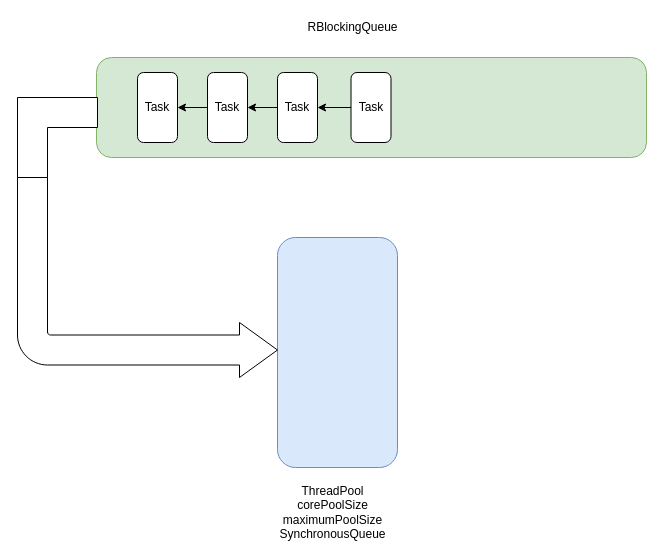
The draw.io diagram packageQueue.drawio in eru97/draw-io, before the edit. Source tidied: cells renumbered, new cells numbered last; positions are measured from the earlier drawing's top-left corner, leaving out a move shared by most shapes. Both pictures are drawn from the tidied source at 100%, with x=0, y=0 at pixel (17, 17).
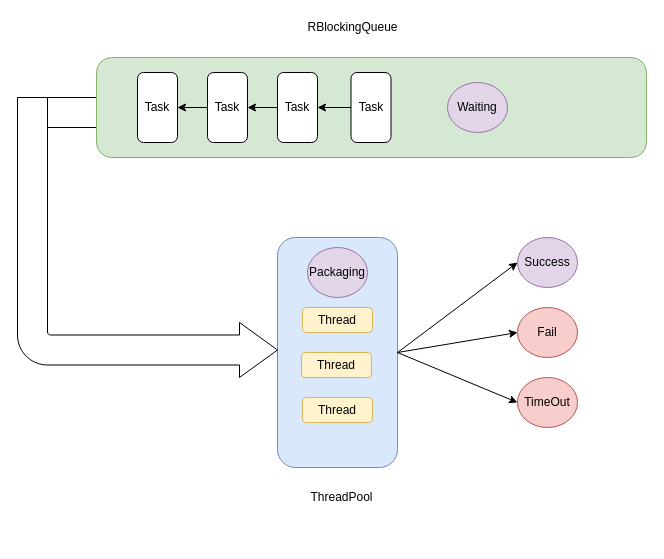
Above is the later version.

Unchanged cells that the change refers to:
```xml
<mxCell id="11" style="rounded=1;whiteSpace=wrap;html=1;shadow=0;fillColor=#dae8fc;strokeColor=#6c8ebf;" parent="1" vertex="1">
  <mxGeometry x="260" y="220" width="120" height="230" as="geometry" />
</mxCell>
```

What changed in the source:
```diff
@@
+    <mxCell id="14" style="shape=corner;whiteSpace=wrap;html=1;shadow=0;sketch=0;fillColor=#ffffff;gradientColor=none;dx=30;dy=30;" parent="1" vertex="1">
+      <mxGeometry y="80" width="80" height="80" as="geometry" />
+    </mxCell>
@@
-    <mxCell id="12" value="ThreadPool&lt;br&gt;corePoolSize&lt;br&gt;maximumPoolSize&lt;br&gt;SynchronousQueue" style="text;html=1;align=center;verticalAlign=middle;" parent="1" vertex="1">
-      <mxGeometry x="255" y="465" width="120" height="60" as="geometry" />
+    <mxCell id="12" value="ThreadPool" style="text;html=1;align=center;verticalAlign=middle;" parent="1" vertex="1">
+      <mxGeometry x="284" y="470" width="80" height="20" as="geometry" />
     </mxCell>
     <mxCell id="13" style="html=1;shadow=0;dashed=0;align=center;verticalAlign=middle;shape=mxgraph.arrows2.bendArrow;dy=15;dx=38;notch=0;arrowHead=55;rounded=1;sketch=0;fillColor=#ffffff;gradientColor=none;flipV=1;flipH=0;" parent="1" vertex="1">
-      <mxGeometry y="140" width="260" height="220" as="geometry" />
+      <mxGeometry y="80" width="260" height="280" as="geometry" />
     </mxCell>
-    <mxCell id="14" style="shape=corner;whiteSpace=wrap;html=1;shadow=0;sketch=0;fillColor=#ffffff;gradientColor=none;dx=30;dy=30;" parent="1" vertex="1">
-      <mxGeometry y="80" width="80" height="80" as="geometry" />
-    </mxCell>
+    <mxCell id="15" value="Thread" style="rounded=1;whiteSpace=wrap;html=1;fillColor=#fff2cc;strokeColor=#d6b656;" parent="1" vertex="1">
+      <mxGeometry x="285" y="290" width="70" height="25" as="geometry" />
+    </mxCell>
+    <mxCell id="16" value="Thread" style="rounded=1;whiteSpace=wrap;html=1;fillColor=#fff2cc;strokeColor=#d6b656;" parent="1" vertex="1">
+      <mxGeometry x="284" y="335" width="70" height="25" as="geometry" />
+    </mxCell>
+    <mxCell id="17" value="Thread" style="rounded=1;whiteSpace=wrap;html=1;fillColor=#fff2cc;strokeColor=#d6b656;" parent="1" vertex="1">
+      <mxGeometry x="285" y="380" width="70" height="25" as="geometry" />
+    </mxCell>
+    <mxCell id="18" value="Success" style="ellipse;whiteSpace=wrap;html=1;rounded=1;shadow=0;strokeColor=#9673a6;fillColor=#e1d5e7;" parent="1" vertex="1">
+      <mxGeometry x="500" y="220" width="60" height="50" as="geometry" />
+    </mxCell>
+    <mxCell id="19" value="Fail" style="ellipse;whiteSpace=wrap;html=1;rounded=1;shadow=0;strokeColor=#b85450;fillColor=#f8cecc;" parent="1" vertex="1">
+      <mxGeometry x="500" y="290" width="60" height="50" as="geometry" />
+    </mxCell>
+    <mxCell id="20" value="TimeOut" style="ellipse;whiteSpace=wrap;html=1;rounded=1;shadow=0;strokeColor=#b85450;fillColor=#f8cecc;" parent="1" vertex="1">
+      <mxGeometry x="500" y="360" width="60" height="50" as="geometry" />
+    </mxCell>
+    <mxCell id="21" style="endArrow=classic;html=1;entryX=0;entryY=0.5;entryDx=0;entryDy=0;exitX=1;exitY=0.5;exitDx=0;exitDy=0;" parent="1" edge="1" source="11" target="18">
+      <mxGeometry relative="1" as="geometry" />
+    </mxCell>
+    <mxCell id="22" style="endArrow=classic;html=1;entryX=0;entryY=0.5;entryDx=0;entryDy=0;exitX=1;exitY=0.5;exitDx=0;exitDy=0;" parent="1" edge="1" source="11" target="19">
+      <mxGeometry relative="1" as="geometry" />
+    </mxCell>
+    <mxCell id="23" style="endArrow=classic;html=1;entryX=0;entryY=0.5;entryDx=0;entryDy=0;exitX=1;exitY=0.5;exitDx=0;exitDy=0;" parent="1" edge="1" source="11" target="20">
+      <mxGeometry relative="1" as="geometry" />
+    </mxCell>
+    <mxCell id="24" value="Waiting" style="ellipse;whiteSpace=wrap;html=1;rounded=1;shadow=0;fillColor=#e1d5e7;strokeColor=#9673a6;" parent="1" vertex="1">
+      <mxGeometry x="430" y="65" width="60" height="50" as="geometry" />
+    </mxCell>
+    <mxCell id="25" value="Packaging" style="ellipse;whiteSpace=wrap;html=1;rounded=1;shadow=0;strokeColor=#9673a6;fillColor=#e1d5e7;" parent="1" vertex="1">
+      <mxGeometry x="290" y="230" width="60" height="50" as="geometry" />
+    </mxCell>
```
